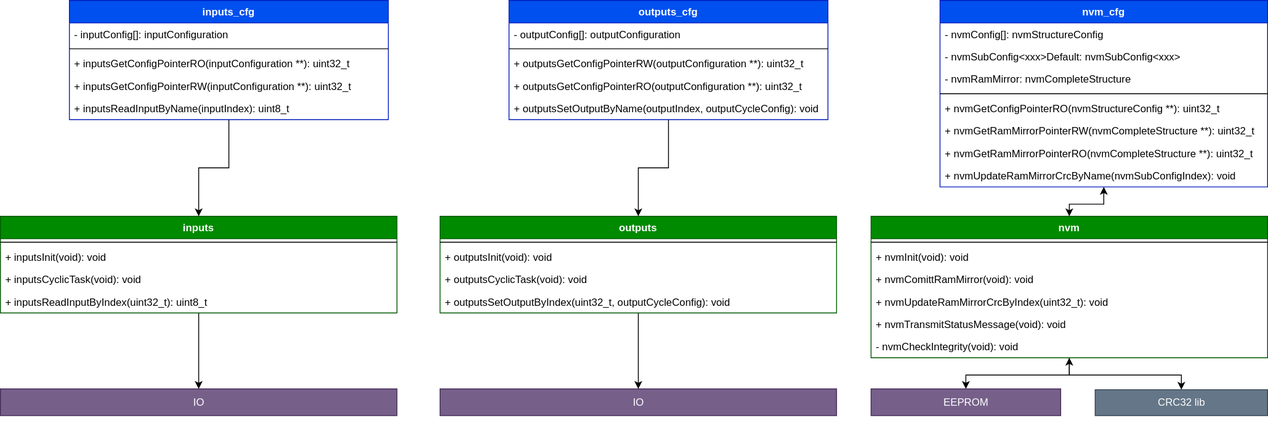
Above: architecture.svg in gregrob/publisher (draw.io), before the change. Source tidied: cells renumbered, new cells last; positions are measured from the earlier drawing's top-left corner, leaving out a move shared by most shapes.
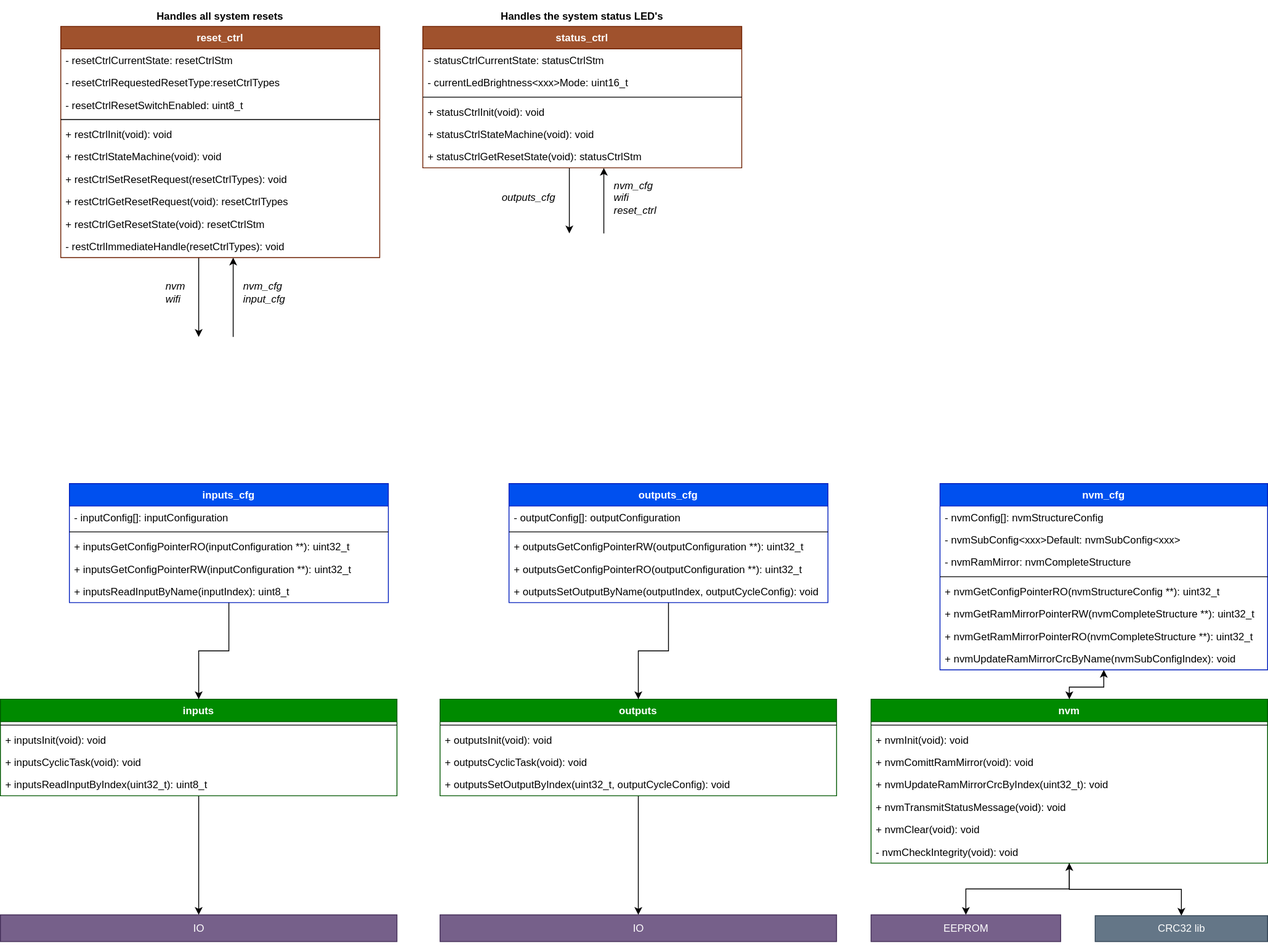
Above is the later version.

Change to the diagram source:
```diff
@@ -9,7 +9,7 @@
       <mxGeometry relative="1" as="geometry" />
     </mxCell>
     <mxCell id="4" value="nvm" style="swimlane;fontStyle=1;align=center;verticalAlign=top;horizontal=1;startSize=26;fillColor=#008a00;strokeColor=#005700;fontColor=#ffffff;" parent="1" vertex="1">
-      <mxGeometry x="1010" y="250" width="460" height="164" as="geometry" />
+      <mxGeometry x="1010" y="250" width="460" height="190" as="geometry" />
     </mxCell>
     <mxCell id="5" style="line;strokeWidth=1;fillColor=none;align=left;verticalAlign=middle;spacingTop=-1;spacingLeft=3;spacingRight=3;labelPosition=right;" parent="4" vertex="1">
       <mxGeometry y="26" width="460" height="8" as="geometry" />
@@ -26,8 +26,11 @@
     <mxCell id="9" value="+ nvmTransmitStatusMessage(void): void" style="text;strokeColor=none;fillColor=none;align=left;verticalAlign=top;spacingLeft=4;spacingRight=4;overflow=hidden;" parent="4" vertex="1">
       <mxGeometry y="112" width="460" height="26" as="geometry" />
     </mxCell>
+    <mxCell id="52" value="+ nvmClear(void): void" style="text;strokeColor=none;fillColor=none;align=left;verticalAlign=top;spacingLeft=4;spacingRight=4;overflow=hidden;" parent="4" vertex="1">
+      <mxGeometry y="138" width="460" height="26" as="geometry" />
+    </mxCell>
     <mxCell id="10" value="- nvmCheckIntegrity(void): void" style="text;strokeColor=none;fillColor=none;align=left;verticalAlign=top;spacingLeft=4;spacingRight=4;overflow=hidden;" parent="4" vertex="1">
-      <mxGeometry y="138" width="460" height="26" as="geometry" />
+      <mxGeometry y="164" width="460" height="26" as="geometry" />
     </mxCell>
     <mxCell id="11" style="edgeStyle=orthogonalEdgeStyle;rounded=0;jettySize=auto;html=1;startArrow=classic;startFill=1;" parent="1" edge="1" source="12" target="4">
       <mxGeometry relative="1" as="geometry" />
@@ -60,10 +63,10 @@
       <mxGeometry y="190" width="380" height="26" as="geometry" />
     </mxCell>
     <mxCell id="21" value="EEPROM" style="html=1;fillColor=#76608a;strokeColor=#432D57;fontColor=#ffffff;" parent="1" vertex="1">
-      <mxGeometry x="1010" y="450" width="220" height="31" as="geometry" />
+      <mxGeometry x="1010" y="500" width="220" height="31" as="geometry" />
     </mxCell>
     <mxCell id="22" value="CRC32 lib" style="html=1;fillColor=#647687;strokeColor=#314354;fontColor=#ffffff;" parent="1" vertex="1">
-      <mxGeometry x="1270" y="451" width="200" height="30" as="geometry" />
+      <mxGeometry x="1270" y="501" width="200" height="30" as="geometry" />
     </mxCell>
     <mxCell id="23" style="edgeStyle=orthogonalEdgeStyle;rounded=0;orthogonalLoop=1;jettySize=auto;html=1;exitX=0.5;exitY=1;exitDx=0;exitDy=0;" parent="1" edge="1" source="21" target="21">
       <mxGeometry relative="1" as="geometry" />
@@ -108,7 +111,7 @@
       <mxGeometry y="112" width="370" height="26" as="geometry" />
     </mxCell>
     <mxCell id="37" value="IO" style="html=1;fillColor=#76608a;strokeColor=#432D57;fontColor=#ffffff;" parent="1" vertex="1">
-      <mxGeometry x="510" y="450" width="460" height="31" as="geometry" />
+      <mxGeometry x="510" y="500" width="460" height="31" as="geometry" />
     </mxCell>
     <mxCell id="38" style="edgeStyle=orthogonalEdgeStyle;rounded=0;jettySize=auto;html=1;entryX=0.5;entryY=0;entryDx=0;entryDy=0;" parent="1" edge="1" source="39" target="51">
       <mxGeometry relative="1" as="geometry" />
@@ -150,7 +153,111 @@
       <mxGeometry y="112" width="370" height="26" as="geometry" />
     </mxCell>
     <mxCell id="51" value="IO" style="html=1;fillColor=#76608a;strokeColor=#432D57;fontColor=#ffffff;" parent="1" vertex="1">
-      <mxGeometry y="450" width="460" height="31" as="geometry" />
+      <mxGeometry y="500" width="460" height="31" as="geometry" />
     </mxCell>
+    <mxCell id="53" style="edgeStyle=orthogonalEdgeStyle;rounded=0;jettySize=auto;html=1;startArrow=none;startFill=0;" parent="1" edge="1" source="55">
+      <mxGeometry relative="1" as="geometry">
+        <mxPoint x="230" y="-170" as="targetPoint" />
+        <Array as="points">
+          <mxPoint x="230" y="-180" />
+        </Array>
+      </mxGeometry>
+    </mxCell>
+    <mxCell id="54" style="edgeStyle=orthogonalEdgeStyle;rounded=0;jettySize=auto;html=1;startArrow=classic;startFill=1;endArrow=none;endFill=0;" parent="1" edge="1" source="55">
+      <mxGeometry relative="1" as="geometry">
+        <mxPoint x="270" y="-170" as="targetPoint" />
+        <Array as="points">
+          <mxPoint x="270" y="-180" />
+        </Array>
+      </mxGeometry>
+    </mxCell>
+    <mxCell id="55" value="reset_ctrl" style="swimlane;fontStyle=1;align=center;verticalAlign=top;horizontal=1;startSize=26;fillColor=#a0522d;strokeColor=#6D1F00;fontColor=#ffffff;" parent="1" vertex="1">
+      <mxGeometry x="70" y="-530" width="370" height="268" as="geometry" />
+    </mxCell>
+    <mxCell id="56" value="- resetCtrlCurrentState: resetCtrlStm" style="text;strokeColor=none;fillColor=none;align=left;verticalAlign=top;spacingLeft=4;spacingRight=4;overflow=hidden;" parent="55" vertex="1">
+      <mxGeometry y="26" width="370" height="26" as="geometry" />
+    </mxCell>
+    <mxCell id="57" value="- resetCtrlRequestedResetType:resetCtrlTypes" style="text;strokeColor=none;fillColor=none;align=left;verticalAlign=top;spacingLeft=4;spacingRight=4;overflow=hidden;" parent="55" vertex="1">
+      <mxGeometry y="52" width="370" height="26" as="geometry" />
+    </mxCell>
+    <mxCell id="58" value="- resetCtrlResetSwitchEnabled: uint8_t " style="text;strokeColor=none;fillColor=none;align=left;verticalAlign=top;spacingLeft=4;spacingRight=4;overflow=hidden;" parent="55" vertex="1">
+      <mxGeometry y="78" width="370" height="26" as="geometry" />
+    </mxCell>
+    <mxCell id="59" style="line;strokeWidth=1;fillColor=none;align=left;verticalAlign=middle;spacingTop=-1;spacingLeft=3;spacingRight=3;labelPosition=right;" parent="55" vertex="1">
+      <mxGeometry y="104" width="370" height="8" as="geometry" />
+    </mxCell>
+    <mxCell id="60" value="+ restCtrlInit(void): void" style="text;strokeColor=none;fillColor=none;align=left;verticalAlign=top;spacingLeft=4;spacingRight=4;overflow=hidden;" parent="55" vertex="1">
+      <mxGeometry y="112" width="370" height="26" as="geometry" />
+    </mxCell>
+    <mxCell id="61" value="+ restCtrlStateMachine(void): void" style="text;strokeColor=none;fillColor=none;align=left;verticalAlign=top;spacingLeft=4;spacingRight=4;overflow=hidden;" parent="55" vertex="1">
+      <mxGeometry y="138" width="370" height="26" as="geometry" />
+    </mxCell>
+    <mxCell id="62" value="+ restCtrlSetResetRequest(resetCtrlTypes): void" style="text;strokeColor=none;fillColor=none;align=left;verticalAlign=top;spacingLeft=4;spacingRight=4;overflow=hidden;" parent="55" vertex="1">
+      <mxGeometry y="164" width="370" height="26" as="geometry" />
+    </mxCell>
+    <mxCell id="63" value="+ restCtrlGetResetRequest(void): resetCtrlTypes" style="text;strokeColor=none;fillColor=none;align=left;verticalAlign=top;spacingLeft=4;spacingRight=4;overflow=hidden;" parent="55" vertex="1">
+      <mxGeometry y="190" width="370" height="26" as="geometry" />
+    </mxCell>
+    <mxCell id="64" value="+ restCtrlGetResetState(void): resetCtrlStm" style="text;strokeColor=none;fillColor=none;align=left;verticalAlign=top;spacingLeft=4;spacingRight=4;overflow=hidden;" parent="55" vertex="1">
+      <mxGeometry y="216" width="370" height="26" as="geometry" />
+    </mxCell>
+    <mxCell id="65" value="- restCtrlImmediateHandle(resetCtrlTypes): void" style="text;strokeColor=none;fillColor=none;align=left;verticalAlign=top;spacingLeft=4;spacingRight=4;overflow=hidden;" parent="55" vertex="1">
+      <mxGeometry y="242" width="370" height="26" as="geometry" />
+    </mxCell>
+    <mxCell id="66" style="edgeStyle=orthogonalEdgeStyle;rounded=0;jettySize=auto;html=1;startArrow=none;startFill=0;endArrow=classic;endFill=1;fontColor=#0000FF;" parent="1" edge="1" source="68">
+      <mxGeometry relative="1" as="geometry">
+        <mxPoint x="660" y="-290" as="targetPoint" />
+        <Array as="points">
+          <mxPoint x="660" y="-290" />
+        </Array>
+      </mxGeometry>
+    </mxCell>
+    <mxCell id="67" style="edgeStyle=orthogonalEdgeStyle;rounded=0;jettySize=auto;html=1;startArrow=classic;startFill=1;endArrow=none;endFill=0;fontColor=#0000FF;" parent="1" edge="1" source="68">
+      <mxGeometry relative="1" as="geometry">
+        <mxPoint x="700" y="-290" as="targetPoint" />
+        <Array as="points">
+          <mxPoint x="700" y="-290" />
+        </Array>
+      </mxGeometry>
+    </mxCell>
+    <mxCell id="68" value="status_ctrl" style="swimlane;fontStyle=1;align=center;verticalAlign=top;horizontal=1;startSize=26;fillColor=#a0522d;strokeColor=#6D1F00;fontColor=#ffffff;" parent="1" vertex="1">
+      <mxGeometry x="490" y="-530" width="370" height="164" as="geometry" />
+    </mxCell>
+    <mxCell id="69" value="- statusCtrlCurrentState: statusCtrlStm " style="text;strokeColor=none;fillColor=none;align=left;verticalAlign=top;spacingLeft=4;spacingRight=4;overflow=hidden;" parent="68" vertex="1">
+      <mxGeometry y="26" width="370" height="26" as="geometry" />
+    </mxCell>
+    <mxCell id="70" value="- currentLedBrightness&lt;xxx&gt;Mode: uint16_t " style="text;strokeColor=none;fillColor=none;align=left;verticalAlign=top;spacingLeft=4;spacingRight=4;overflow=hidden;" parent="68" vertex="1">
+      <mxGeometry y="52" width="370" height="26" as="geometry" />
+    </mxCell>
+    <mxCell id="71" style="line;strokeWidth=1;fillColor=none;align=left;verticalAlign=middle;spacingTop=-1;spacingLeft=3;spacingRight=3;labelPosition=right;" parent="68" vertex="1">
+      <mxGeometry y="78" width="370" height="8" as="geometry" />
+    </mxCell>
+    <mxCell id="72" value="+ statusCtrlInit(void): void" style="text;strokeColor=none;fillColor=none;align=left;verticalAlign=top;spacingLeft=4;spacingRight=4;overflow=hidden;" parent="68" vertex="1">
+      <mxGeometry y="86" width="370" height="26" as="geometry" />
+    </mxCell>
+    <mxCell id="73" value="+ statusCtrlStateMachine(void): void" style="text;strokeColor=none;fillColor=none;align=left;verticalAlign=top;spacingLeft=4;spacingRight=4;overflow=hidden;" parent="68" vertex="1">
+      <mxGeometry y="112" width="370" height="26" as="geometry" />
+    </mxCell>
+    <mxCell id="74" value="+ statusCtrlGetResetState(void): statusCtrlStm" style="text;strokeColor=none;fillColor=none;align=left;verticalAlign=top;spacingLeft=4;spacingRight=4;overflow=hidden;" parent="68" vertex="1">
+      <mxGeometry y="138" width="370" height="26" as="geometry" />
+    </mxCell>
+    <mxCell id="75" value="nvm_cfg&lt;br&gt;input_cfg" style="text;html=1;strokeColor=none;fillColor=none;align=left;verticalAlign=middle;whiteSpace=wrap;rounded=0;fontStyle=2;" parent="1" vertex="1">
+      <mxGeometry x="280" y="-240" width="80" height="38" as="geometry" />
+    </mxCell>
+    <mxCell id="76" value="nvm_cfg&lt;br&gt;wifi&lt;br&gt;reset_ctrl" style="text;html=1;strokeColor=none;fillColor=none;align=left;verticalAlign=middle;whiteSpace=wrap;rounded=0;fontStyle=2;" parent="1" vertex="1">
+      <mxGeometry x="710" y="-360" width="80" height="58" as="geometry" />
+    </mxCell>
+    <mxCell id="77" value="nvm&lt;br&gt;wifi" style="text;html=1;strokeColor=none;fillColor=none;align=left;verticalAlign=middle;whiteSpace=wrap;rounded=0;fontStyle=2;" parent="1" vertex="1">
+      <mxGeometry x="190" y="-250" width="50" height="58" as="geometry" />
+    </mxCell>
+    <mxCell id="78" value="outputs_cfg" style="text;html=1;strokeColor=none;fillColor=none;align=left;verticalAlign=middle;whiteSpace=wrap;rounded=0;fontStyle=2;" parent="1" vertex="1">
+      <mxGeometry x="580" y="-360" width="80" height="58" as="geometry" />
+    </mxCell>
+    <mxCell id="79" value="&lt;span style=&quot;font-style: normal&quot;&gt;Handles all system resets&lt;/span&gt;" style="text;html=1;strokeColor=none;fillColor=none;align=center;verticalAlign=middle;whiteSpace=wrap;rounded=0;fontStyle=3;" parent="1" vertex="1">
+      <mxGeometry x="70" y="-560" width="370" height="38" as="geometry" />
+    </mxCell>
+    <mxCell id="80" value="&lt;span style=&quot;font-style: normal&quot;&gt;Handles the system status LED's&lt;/span&gt;" style="text;html=1;strokeColor=none;fillColor=none;align=center;verticalAlign=middle;whiteSpace=wrap;rounded=0;fontStyle=3;" parent="1" vertex="1">
+      <mxGeometry x="490" y="-560" width="370" height="38" as="geometry" />
+    </mxCell>
   </root>
 </mxGraphModel>
```
